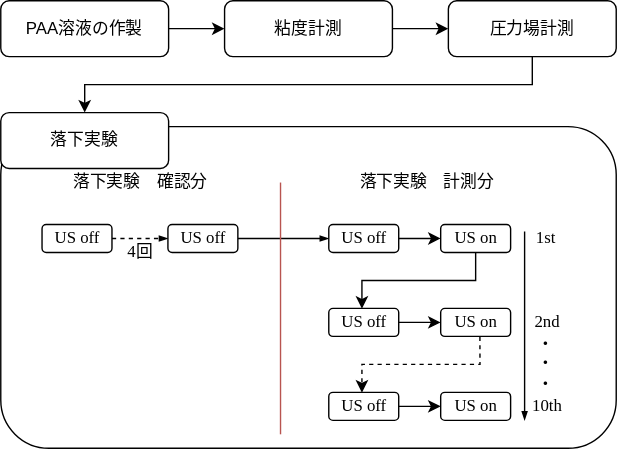
This is 2-Methods/exp-methods.svg from HidetoNiwa/SugiyamaLab-MasterThesis, a draw.io export, as it was before one commit. Source tidied: cells renumbered, new cells last; positions are measured from the earlier drawing's top-left corner, leaving out a move shared by most shapes. Its diagram source:
```xml
<mxGraphModel>
  <root>
    <mxCell id="0" />
    <mxCell id="1" parent="0" />
    <mxCell id="2" style="edgeStyle=orthogonalEdgeStyle;rounded=0;jettySize=auto;html=1;" parent="1" edge="1" source="3" target="5">
      <mxGeometry relative="1" as="geometry" />
    </mxCell>
    <mxCell id="3" value="PAA溶液の作製" style="rounded=1;whiteSpace=wrap;html=1;fontSize=12;glass=0;strokeWidth=1;shadow=0;" parent="1" vertex="1">
      <mxGeometry width="120" height="40" as="geometry" />
    </mxCell>
    <mxCell id="4" style="edgeStyle=orthogonalEdgeStyle;rounded=0;jettySize=auto;html=1;" parent="1" edge="1" source="5" target="7">
      <mxGeometry relative="1" as="geometry" />
    </mxCell>
    <mxCell id="5" value="粘度計測" style="rounded=1;whiteSpace=wrap;html=1;fontSize=12;glass=0;strokeWidth=1;shadow=0;" parent="1" vertex="1">
      <mxGeometry x="160" width="120" height="40" as="geometry" />
    </mxCell>
    <mxCell id="6" style="edgeStyle=orthogonalEdgeStyle;rounded=0;jettySize=auto;html=1;entryX=0.5;entryY=0;entryDx=0;entryDy=0;" parent="1" edge="1" source="7" target="9">
      <mxGeometry relative="1" as="geometry">
        <Array as="points">
          <mxPoint x="380" y="60" />
          <mxPoint x="60" y="60" />
        </Array>
      </mxGeometry>
    </mxCell>
    <mxCell id="7" value="圧力場計測" style="rounded=1;whiteSpace=wrap;html=1;fontSize=12;glass=0;strokeWidth=1;shadow=0;" parent="1" vertex="1">
      <mxGeometry x="320" width="120" height="40" as="geometry" />
    </mxCell>
    <mxCell id="8" style="rounded=1;whiteSpace=wrap;html=1;" parent="1" vertex="1">
      <mxGeometry y="90" width="440" height="230" as="geometry" />
    </mxCell>
    <mxCell id="9" value="落下実験" style="rounded=1;whiteSpace=wrap;html=1;fontSize=12;glass=0;strokeWidth=1;shadow=0;" parent="1" vertex="1">
      <mxGeometry y="80" width="120" height="40" as="geometry" />
    </mxCell>
    <mxCell id="10" style="edgeStyle=orthogonalEdgeStyle;rounded=0;jettySize=auto;html=1;endArrow=blockThin;endFill=1;endSize=4;fontFamily=Times New Roman;dashed=1;" parent="1" edge="1" source="11" target="13">
      <mxGeometry relative="1" as="geometry" />
    </mxCell>
    <mxCell id="11" value="US off" style="rounded=1;whiteSpace=wrap;html=1;fontFamily=Times New Roman;" parent="1" vertex="1">
      <mxGeometry x="29.5" y="160" width="50" height="20" as="geometry" />
    </mxCell>
    <mxCell id="12" style="edgeStyle=orthogonalEdgeStyle;rounded=0;jettySize=auto;html=1;entryX=0;entryY=0.5;entryDx=0;entryDy=0;endArrow=blockThin;endFill=1;endSize=4;fontFamily=Times New Roman;" parent="1" edge="1" source="13" target="15">
      <mxGeometry relative="1" as="geometry" />
    </mxCell>
    <mxCell id="13" value="US off" style="rounded=1;whiteSpace=wrap;html=1;fontFamily=Times New Roman;" parent="1" vertex="1">
      <mxGeometry x="119.5" y="160" width="50" height="20" as="geometry" />
    </mxCell>
    <mxCell id="14" style="edgeStyle=orthogonalEdgeStyle;rounded=0;jettySize=auto;html=1;entryX=0;entryY=0.5;entryDx=0;entryDy=0;fontFamily=Times New Roman;" parent="1" edge="1" source="15" target="17">
      <mxGeometry relative="1" as="geometry" />
    </mxCell>
    <mxCell id="15" value="US off" style="rounded=1;whiteSpace=wrap;html=1;fontFamily=Times New Roman;" parent="1" vertex="1">
      <mxGeometry x="234.5" y="160" width="50" height="20" as="geometry" />
    </mxCell>
    <mxCell id="16" style="edgeStyle=orthogonalEdgeStyle;rounded=0;jettySize=auto;html=1;fontFamily=Times New Roman;entryX=0.474;entryY=0.01;entryDx=0;entryDy=0;entryPerimeter=0;" parent="1" edge="1" source="17" target="19">
      <mxGeometry relative="1" as="geometry">
        <Array as="points">
          <mxPoint x="339.5" y="200" />
          <mxPoint x="258.5" y="200" />
        </Array>
      </mxGeometry>
    </mxCell>
    <mxCell id="17" value="US on" style="rounded=1;whiteSpace=wrap;html=1;fontFamily=Times New Roman;" parent="1" vertex="1">
      <mxGeometry x="314.5" y="160" width="50" height="20" as="geometry" />
    </mxCell>
    <mxCell id="18" style="edgeStyle=orthogonalEdgeStyle;rounded=0;jettySize=auto;html=1;entryX=0;entryY=0.5;entryDx=0;entryDy=0;fontFamily=Times New Roman;" parent="1" edge="1" source="19" target="20">
      <mxGeometry relative="1" as="geometry" />
    </mxCell>
    <mxCell id="19" value="US off" style="rounded=1;whiteSpace=wrap;html=1;fontFamily=Times New Roman;" parent="1" vertex="1">
      <mxGeometry x="234.5" y="220" width="50" height="20" as="geometry" />
    </mxCell>
    <mxCell id="20" value="US on" style="rounded=1;whiteSpace=wrap;html=1;fontFamily=Times New Roman;" parent="1" vertex="1">
      <mxGeometry x="314.5" y="220" width="50" height="20" as="geometry" />
    </mxCell>
    <mxCell id="21" style="edgeStyle=orthogonalEdgeStyle;rounded=0;jettySize=auto;html=1;fontFamily=Times New Roman;entryX=0.474;entryY=0.01;entryDx=0;entryDy=0;entryPerimeter=0;exitX=0.561;exitY=1.012;exitDx=0;exitDy=0;exitPerimeter=0;dashed=1;" parent="1" edge="1" source="20" target="23">
      <mxGeometry relative="1" as="geometry">
        <Array as="points">
          <mxPoint x="342.5" y="260" />
          <mxPoint x="258.5" y="260" />
        </Array>
      </mxGeometry>
    </mxCell>
    <mxCell id="22" style="edgeStyle=orthogonalEdgeStyle;rounded=0;jettySize=auto;html=1;entryX=0;entryY=0.5;entryDx=0;entryDy=0;fontFamily=Times New Roman;" parent="1" edge="1" source="23" target="24">
      <mxGeometry relative="1" as="geometry" />
    </mxCell>
    <mxCell id="23" value="US off" style="rounded=1;whiteSpace=wrap;html=1;fontFamily=Times New Roman;" parent="1" vertex="1">
      <mxGeometry x="234.5" y="280" width="50" height="20" as="geometry" />
    </mxCell>
    <mxCell id="24" value="US on" style="rounded=1;whiteSpace=wrap;html=1;fontFamily=Times New Roman;" parent="1" vertex="1">
      <mxGeometry x="314.5" y="280" width="50" height="20" as="geometry" />
    </mxCell>
    <mxCell id="25" value="1st" style="text;html=1;strokeColor=none;fillColor=none;align=center;verticalAlign=middle;whiteSpace=wrap;rounded=0;fontFamily=Times New Roman;" parent="1" vertex="1">
      <mxGeometry x="369.5" y="160" width="40" height="20" as="geometry" />
    </mxCell>
    <mxCell id="26" value="2nd" style="text;html=1;strokeColor=none;fillColor=none;align=center;verticalAlign=middle;whiteSpace=wrap;rounded=0;fontFamily=Times New Roman;" parent="1" vertex="1">
      <mxGeometry x="370.5" y="220" width="40" height="20" as="geometry" />
    </mxCell>
    <mxCell id="27" value="10th" style="text;html=1;strokeColor=none;fillColor=none;align=center;verticalAlign=middle;whiteSpace=wrap;rounded=0;fontFamily=Times New Roman;" parent="1" vertex="1">
      <mxGeometry x="370.5" y="280" width="40" height="20" as="geometry" />
    </mxCell>
    <mxCell id="28" style="endArrow=none;html=1;fontFamily=Times New Roman;fillColor=#f8cecc;strokeColor=#b85450;" parent="1" edge="1">
      <mxGeometry relative="1" as="geometry">
        <mxPoint x="200" y="310" as="sourcePoint" />
        <mxPoint x="200" y="130" as="targetPoint" />
      </mxGeometry>
    </mxCell>
    <mxCell id="29" value="・&lt;br&gt;・&lt;br&gt;・" style="text;html=1;strokeColor=none;fillColor=none;align=center;verticalAlign=middle;whiteSpace=wrap;rounded=0;fontFamily=Times New Roman;" parent="1" vertex="1">
      <mxGeometry x="369.5" y="240" width="40" height="40" as="geometry" />
    </mxCell>
    <mxCell id="30" style="endArrow=blockThin;html=1;fontFamily=Times New Roman;endSize=4;endFill=1;" parent="1" edge="1">
      <mxGeometry relative="1" as="geometry">
        <mxPoint x="374.5" y="165" as="sourcePoint" />
        <mxPoint x="374.5" y="300" as="targetPoint" />
      </mxGeometry>
    </mxCell>
    <mxCell id="31" value="落下実験　計測分" style="text;html=1;strokeColor=none;fillColor=none;align=center;verticalAlign=middle;whiteSpace=wrap;rounded=0;fontFamily=Times New Roman;" parent="1" vertex="1">
      <mxGeometry x="244.5" y="120" width="120" height="20" as="geometry" />
    </mxCell>
    <mxCell id="32" value="落下実験　確認分" style="text;html=1;strokeColor=none;fillColor=none;align=center;verticalAlign=middle;whiteSpace=wrap;rounded=0;fontFamily=Times New Roman;" parent="1" vertex="1">
      <mxGeometry x="39.5" y="120" width="120" height="20" as="geometry" />
    </mxCell>
    <mxCell id="33" value="4回" style="text;html=1;strokeColor=none;fillColor=none;align=center;verticalAlign=middle;whiteSpace=wrap;rounded=0;fontFamily=Times New Roman;" parent="1" vertex="1">
      <mxGeometry x="79.5" y="170" width="40" height="20" as="geometry" />
    </mxCell>
  </root>
</mxGraphModel>
```
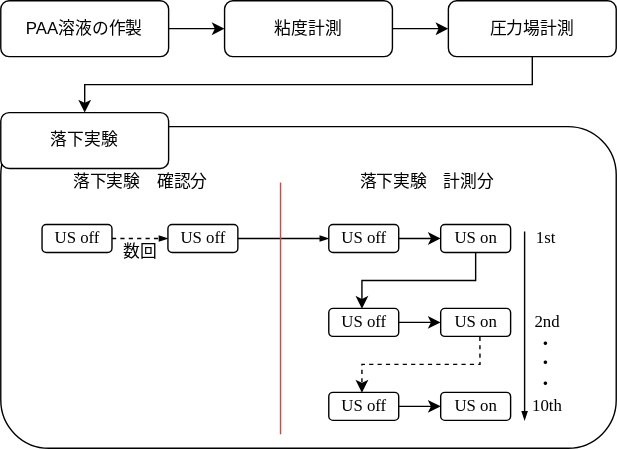
After the commit.

Change to the diagram source:
```diff
@@ -116,7 +116,7 @@
     <mxCell id="32" value="落下実験　確認分" style="text;html=1;strokeColor=none;fillColor=none;align=center;verticalAlign=middle;whiteSpace=wrap;rounded=0;fontFamily=Times New Roman;" parent="1" vertex="1">
       <mxGeometry x="39.5" y="120" width="120" height="20" as="geometry" />
     </mxCell>
-    <mxCell id="33" value="4回" style="text;html=1;strokeColor=none;fillColor=none;align=center;verticalAlign=middle;whiteSpace=wrap;rounded=0;fontFamily=Times New Roman;" parent="1" vertex="1">
+    <mxCell id="33" value="数回" style="text;html=1;strokeColor=none;fillColor=none;align=center;verticalAlign=middle;whiteSpace=wrap;rounded=0;fontFamily=Times New Roman;" parent="1" vertex="1">
       <mxGeometry x="79.5" y="170" width="40" height="20" as="geometry" />
     </mxCell>
   </root>
```
